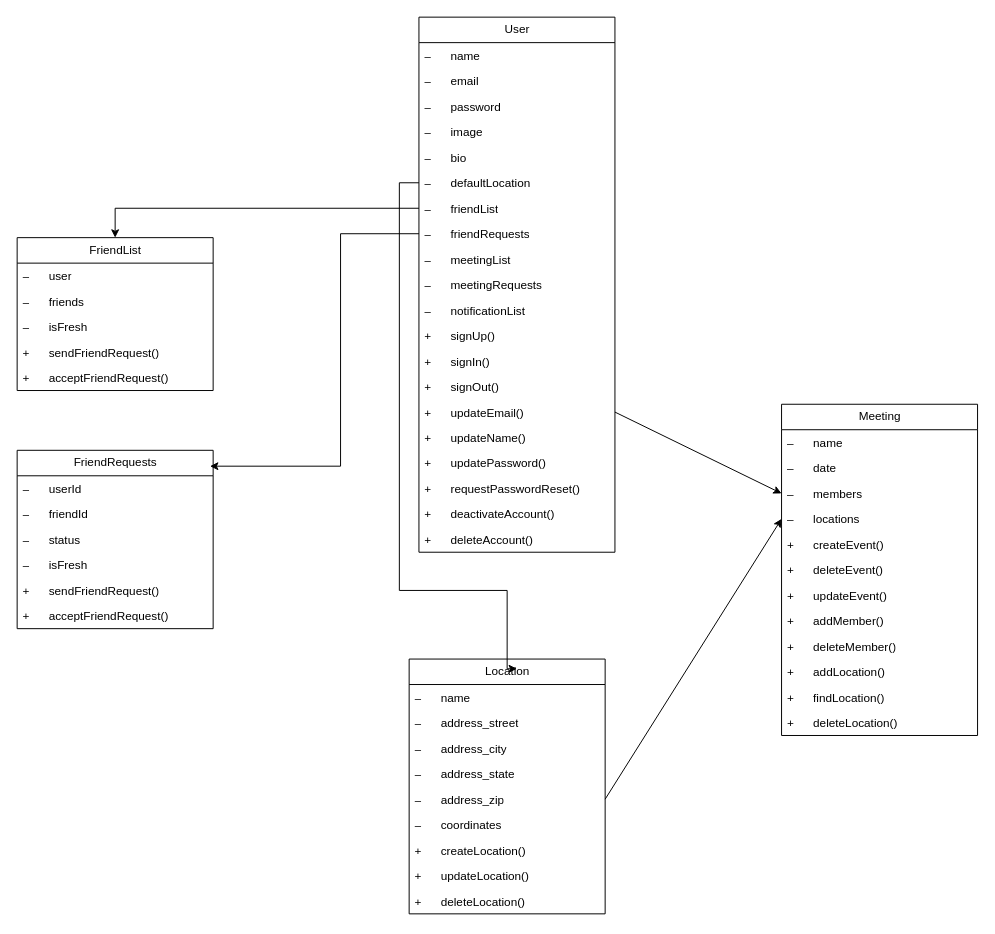
Earlier version of the draw.io diagram ui_ux/diagrams/uml.drawio (CSCI150-LAB01/Meet_in_the_Middle). Source tidied: cells renumbered, new cells numbered last; positions are measured from the earlier drawing's top-left corner, leaving out a move shared by most shapes. Both pictures are drawn from the tidied source at 98%, with x=0, y=0 at pixel (17, 17).
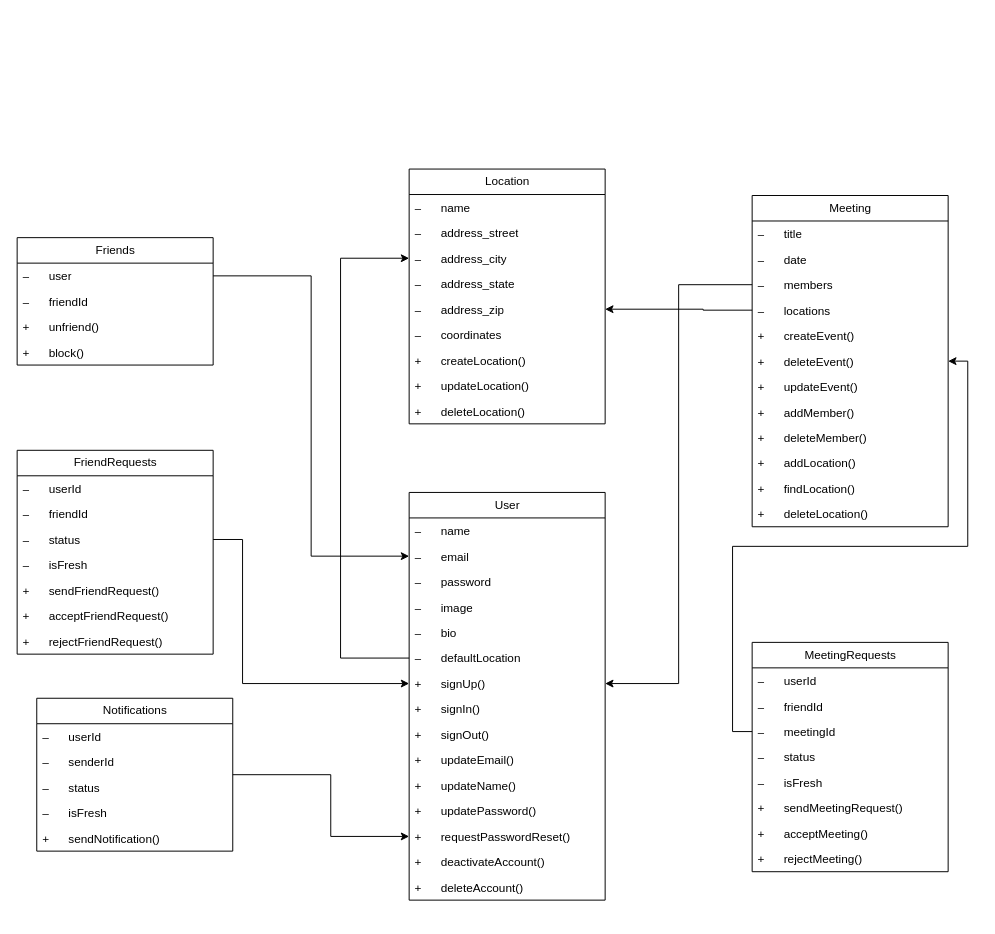
After the change.

Commit message:
uml diagram updated

Unchanged cells that the change refers to:
```xml
<mxCell id="4" value="–&lt;span style=&quot;white-space: pre;&quot;&gt;&#9;&lt;/span&gt;email" style="text;strokeColor=none;fillColor=none;align=left;verticalAlign=top;spacingLeft=4;spacingRight=4;overflow=hidden;points=[[0,0.5],[1,0.5]];portConstraint=eastwest;whiteSpace=wrap;html=1;" parent="2" vertex="1">
  <mxGeometry y="52" width="200" height="26" as="geometry" />
</mxCell>
<mxCell id="8" value="–&lt;span style=&quot;white-space: pre;&quot;&gt;&#9;&lt;/span&gt;defaultLocation" style="text;strokeColor=none;fillColor=none;align=left;verticalAlign=top;spacingLeft=4;spacingRight=4;overflow=hidden;points=[[0,0.5],[1,0.5]];portConstraint=eastwest;whiteSpace=wrap;html=1;" parent="2" vertex="1">
  <mxGeometry y="156" width="200" height="26" as="geometry" />
</mxCell>
<mxCell id="26" value="–&lt;span style=&quot;white-space: pre;&quot;&gt;&#9;&lt;/span&gt;members" style="text;strokeColor=none;fillColor=none;align=left;verticalAlign=top;spacingLeft=4;spacingRight=4;overflow=hidden;points=[[0,0.5],[1,0.5]];portConstraint=eastwest;whiteSpace=wrap;html=1;" parent="23" vertex="1">
  <mxGeometry y="78" width="200" height="26" as="geometry" />
</mxCell>
<mxCell id="27" value="–&lt;span style=&quot;&quot;&gt;&#9;&lt;span style=&quot;white-space: pre;&quot;&gt;&#9;&lt;/span&gt;&lt;/span&gt;locations" style="text;strokeColor=none;fillColor=none;align=left;verticalAlign=top;spacingLeft=4;spacingRight=4;overflow=hidden;points=[[0,0.5],[1,0.5]];portConstraint=eastwest;whiteSpace=wrap;html=1;" parent="23" vertex="1">
  <mxGeometry y="104" width="200" height="26" as="geometry" />
</mxCell>
<mxCell id="29" value="+&lt;span style=&quot;white-space: pre;&quot;&gt;&#9;&lt;/span&gt;deleteEvent()" style="text;strokeColor=none;fillColor=none;align=left;verticalAlign=top;spacingLeft=4;spacingRight=4;overflow=hidden;points=[[0,0.5],[1,0.5]];portConstraint=eastwest;whiteSpace=wrap;html=1;" parent="23" vertex="1">
  <mxGeometry y="156" width="200" height="26" as="geometry" />
</mxCell>
<mxCell id="37" value="–&lt;span style=&quot;white-space: pre;&quot;&gt;&#9;&lt;/span&gt;user" style="text;strokeColor=none;fillColor=none;align=left;verticalAlign=top;spacingLeft=4;spacingRight=4;overflow=hidden;points=[[0,0.5],[1,0.5]];portConstraint=eastwest;whiteSpace=wrap;html=1;" parent="36" vertex="1">
  <mxGeometry y="26" width="200" height="26" as="geometry" />
</mxCell>
<mxCell id="47" value="–&lt;span style=&quot;white-space: pre;&quot;&gt;&#9;&lt;/span&gt;address_city" style="text;strokeColor=none;fillColor=none;align=left;verticalAlign=top;spacingLeft=4;spacingRight=4;overflow=hidden;points=[[0,0.5],[1,0.5]];portConstraint=eastwest;whiteSpace=wrap;html=1;" parent="44" vertex="1">
  <mxGeometry y="78" width="200" height="26" as="geometry" />
</mxCell>
<mxCell id="49" value="–&lt;span style=&quot;white-space: pre;&quot;&gt;&#9;&lt;/span&gt;address_zip" style="text;strokeColor=none;fillColor=none;align=left;verticalAlign=top;spacingLeft=4;spacingRight=4;overflow=hidden;points=[[0,0.5],[1,0.5]];portConstraint=eastwest;whiteSpace=wrap;html=1;" parent="44" vertex="1">
  <mxGeometry y="130" width="200" height="26" as="geometry" />
</mxCell>
<mxCell id="57" value="–&lt;span style=&quot;white-space: pre;&quot;&gt;&#9;&lt;/span&gt;status" style="text;strokeColor=none;fillColor=none;align=left;verticalAlign=top;spacingLeft=4;spacingRight=4;overflow=hidden;points=[[0,0.5],[1,0.5]];portConstraint=eastwest;whiteSpace=wrap;html=1;" parent="54" vertex="1">
  <mxGeometry y="78" width="200" height="26" as="geometry" />
</mxCell>
```

What changed in the source:
```diff
@@
     <mxCell id="2" value="User" style="swimlane;fontStyle=0;horizontal=1;startSize=26;fillColor=none;html=1;" parent="1" vertex="1">
-      <mxGeometry x="410" width="200" height="546" as="geometry" />
+      <mxGeometry x="400" y="485" width="200" height="416" as="geometry" />
     </mxCell>
@@
-    <mxCell id="9" value="–&lt;span style=&quot;white-space: pre;&quot;&gt;&#9;&lt;/span&gt;friendList" style="text;strokeColor=none;fillColor=none;align=left;verticalAlign=top;spacingLeft=4;spacingRight=4;overflow=hidden;points=[[0,0.5],[1,0.5]];portConstraint=eastwest;whiteSpace=wrap;html=1;" parent="2" vertex="1">
-      <mxGeometry y="182" width="200" height="26" as="geometry" />
-    </mxCell>
-    <mxCell id="10" value="–&lt;span style=&quot;white-space: pre;&quot;&gt;&#9;&lt;/span&gt;friendRequests" style="text;strokeColor=none;fillColor=none;align=left;verticalAlign=top;spacingLeft=4;spacingRight=4;overflow=hidden;points=[[0,0.5],[1,0.5]];portConstraint=eastwest;whiteSpace=wrap;html=1;" parent="2" vertex="1">
-      <mxGeometry y="208" width="200" height="26" as="geometry" />
-    </mxCell>
-    <mxCell id="11" value="–&lt;span style=&quot;white-space: pre;&quot;&gt;&#9;&lt;/span&gt;meetingList" style="text;strokeColor=none;fillColor=none;align=left;verticalAlign=top;spacingLeft=4;spacingRight=4;overflow=hidden;whiteSpace=wrap;html=1;" parent="2" vertex="1">
-      <mxGeometry y="234" width="200" height="26" as="geometry" />
-    </mxCell>
-    <mxCell id="12" value="–&lt;span style=&quot;white-space: pre;&quot;&gt;&#9;&lt;/span&gt;meetingRequests" style="text;strokeColor=none;fillColor=none;align=left;verticalAlign=top;spacingLeft=4;spacingRight=4;overflow=hidden;whiteSpace=wrap;html=1;" parent="2" vertex="1">
-      <mxGeometry y="260" width="200" height="26" as="geometry" />
-    </mxCell>
-    <mxCell id="13" value="–&lt;span style=&quot;white-space: pre;&quot;&gt;&#9;&lt;/span&gt;notificationList" style="text;strokeColor=none;fillColor=none;align=left;verticalAlign=top;spacingLeft=4;spacingRight=4;overflow=hidden;whiteSpace=wrap;html=1;" parent="2" vertex="1">
-      <mxGeometry y="286" width="200" height="26" as="geometry" />
-    </mxCell>
     <mxCell id="14" value="+&lt;span style=&quot;white-space: pre;&quot;&gt;&#9;&lt;/span&gt;signUp()" style="text;strokeColor=none;fillColor=none;align=left;verticalAlign=top;spacingLeft=4;spacingRight=4;overflow=hidden;points=[[0,0.5],[1,0.5]];portConstraint=eastwest;whiteSpace=wrap;html=1;" parent="2" vertex="1">
-      <mxGeometry y="312" width="200" height="26" as="geometry" />
+      <mxGeometry y="182" width="200" height="26" as="geometry" />
     </mxCell>
     <mxCell id="15" value="+&lt;span style=&quot;white-space: pre;&quot;&gt;&#9;&lt;/span&gt;signIn()" style="text;strokeColor=none;fillColor=none;align=left;verticalAlign=top;spacingLeft=4;spacingRight=4;overflow=hidden;whiteSpace=wrap;html=1;" parent="2" vertex="1">
-      <mxGeometry y="338" width="200" height="26" as="geometry" />
+      <mxGeometry y="208" width="200" height="26" as="geometry" />
     </mxCell>
     <mxCell id="16" value="+&lt;span style=&quot;white-space: pre;&quot;&gt;&#9;&lt;/span&gt;signOut()" style="text;strokeColor=none;fillColor=none;align=left;verticalAlign=top;spacingLeft=4;spacingRight=4;overflow=hidden;whiteSpace=wrap;html=1;" parent="2" vertex="1">
-      <mxGeometry y="364" width="200" height="26" as="geometry" />
+      <mxGeometry y="234" width="200" height="26" as="geometry" />
     </mxCell>
     <mxCell id="17" value="+&lt;span style=&quot;white-space: pre;&quot;&gt;&#9;&lt;/span&gt;updateEmail()" style="text;strokeColor=none;fillColor=none;align=left;verticalAlign=top;spacingLeft=4;spacingRight=4;overflow=hidden;points=[[0,0.5],[1,0.5]];portConstraint=eastwest;whiteSpace=wrap;html=1;" parent="2" vertex="1">
-      <mxGeometry y="390" width="200" height="26" as="geometry" />
+      <mxGeometry y="260" width="200" height="26" as="geometry" />
     </mxCell>
     <mxCell id="18" value="+&lt;span style=&quot;white-space: pre;&quot;&gt;&#9;&lt;/span&gt;updateName()" style="text;strokeColor=none;fillColor=none;align=left;verticalAlign=top;spacingLeft=4;spacingRight=4;overflow=hidden;whiteSpace=wrap;html=1;" parent="2" vertex="1">
-      <mxGeometry y="416" width="200" height="26" as="geometry" />
+      <mxGeometry y="286" width="200" height="26" as="geometry" />
     </mxCell>
     <mxCell id="19" value="+&lt;span style=&quot;white-space: pre;&quot;&gt;&#9;&lt;/span&gt;updatePassword()" style="text;strokeColor=none;fillColor=none;align=left;verticalAlign=top;spacingLeft=4;spacingRight=4;overflow=hidden;whiteSpace=wrap;html=1;" parent="2" vertex="1">
-      <mxGeometry y="442" width="200" height="26" as="geometry" />
+      <mxGeometry y="312" width="200" height="26" as="geometry" />
     </mxCell>
     <mxCell id="20" value="+&lt;span style=&quot;white-space: pre;&quot;&gt;&#9;&lt;/span&gt;requestPasswordReset()" style="text;strokeColor=none;fillColor=none;align=left;verticalAlign=top;spacingLeft=4;spacingRight=4;overflow=hidden;points=[[0,0.5],[1,0.5]];portConstraint=eastwest;whiteSpace=wrap;html=1;" parent="2" vertex="1">
-      <mxGeometry y="468" width="200" height="26" as="geometry" />
+      <mxGeometry y="338" width="200" height="26" as="geometry" />
     </mxCell>
     <mxCell id="21" value="+&lt;span style=&quot;white-space: pre;&quot;&gt;&#9;&lt;/span&gt;deactivateAccount()" style="text;strokeColor=none;fillColor=none;align=left;verticalAlign=top;spacingLeft=4;spacingRight=4;overflow=hidden;whiteSpace=wrap;html=1;" parent="2" vertex="1">
-      <mxGeometry y="494" width="200" height="26" as="geometry" />
+      <mxGeometry y="364" width="200" height="26" as="geometry" />
     </mxCell>
     <mxCell id="22" value="+&lt;span style=&quot;white-space: pre;&quot;&gt;&#9;&lt;/span&gt;deleteAccount()" style="text;strokeColor=none;fillColor=none;align=left;verticalAlign=top;spacingLeft=4;spacingRight=4;overflow=hidden;whiteSpace=wrap;html=1;" parent="2" vertex="1">
-      <mxGeometry y="520" width="200" height="26" as="geometry" />
+      <mxGeometry y="390" width="200" height="26" as="geometry" />
     </mxCell>
     <mxCell id="23" value="Meeting" style="swimlane;fontStyle=0;horizontal=1;startSize=26;fillColor=none;html=1;" parent="1" vertex="1">
-      <mxGeometry x="780" y="395" width="200" height="338" as="geometry" />
+      <mxGeometry x="750" y="182" width="200" height="338" as="geometry" />
     </mxCell>
-    <mxCell id="24" value="–&lt;span style=&quot;white-space: pre;&quot;&gt;&#9;&lt;/span&gt;name" style="text;strokeColor=none;fillColor=none;align=left;verticalAlign=top;spacingLeft=4;spacingRight=4;overflow=hidden;whiteSpace=wrap;html=1;" parent="23" vertex="1">
+    <mxCell id="24" value="–&lt;span style=&quot;white-space: pre;&quot;&gt;&#9;&lt;/span&gt;title" style="text;strokeColor=none;fillColor=none;align=left;verticalAlign=top;spacingLeft=4;spacingRight=4;overflow=hidden;whiteSpace=wrap;html=1;" parent="23" vertex="1">
       <mxGeometry y="26" width="200" height="26" as="geometry" />
     </mxCell>
@@
-    <mxCell id="36" value="FriendList" style="swimlane;fontStyle=0;horizontal=1;startSize=26;fillColor=none;html=1;" parent="1" vertex="1">
-      <mxGeometry y="225" width="200" height="156" as="geometry" />
+    <mxCell id="36" value="Friends" style="swimlane;fontStyle=0;horizontal=1;startSize=26;fillColor=none;html=1;" parent="1" vertex="1">
+      <mxGeometry y="225" width="200" height="130" as="geometry" />
     </mxCell>
@@
-    <mxCell id="38" value="–&lt;span style=&quot;white-space: pre;&quot;&gt;&#9;&lt;/span&gt;friends" style="text;strokeColor=none;fillColor=none;align=left;verticalAlign=top;spacingLeft=4;spacingRight=4;overflow=hidden;whiteSpace=wrap;html=1;" parent="36" vertex="1">
+    <mxCell id="38" value="–&lt;span style=&quot;white-space: pre;&quot;&gt;&#9;&lt;/span&gt;friendId" style="text;strokeColor=none;fillColor=none;align=left;verticalAlign=top;spacingLeft=4;spacingRight=4;overflow=hidden;whiteSpace=wrap;html=1;" parent="36" vertex="1">
       <mxGeometry y="52" width="200" height="26" as="geometry" />
     </mxCell>
-    <mxCell id="39" value="–&lt;span style=&quot;white-space: pre;&quot;&gt;&#9;&lt;/span&gt;isFresh" style="text;strokeColor=none;fillColor=none;align=left;verticalAlign=top;spacingLeft=4;spacingRight=4;overflow=hidden;whiteSpace=wrap;html=1;" parent="36" vertex="1">
-      <mxGeometry y="78" width="200" height="26" as="geometry" />
-    </mxCell>
-    <mxCell id="40" value="+&lt;span style=&quot;white-space: pre;&quot;&gt;&#9;&lt;/span&gt;sendFriendRequest()" style="text;strokeColor=none;fillColor=none;align=left;verticalAlign=top;spacingLeft=4;spacingRight=4;overflow=hidden;whiteSpace=wrap;html=1;" parent="36" vertex="1">
-      <mxGeometry y="104" width="200" height="26" as="geometry" />
+    <mxCell id="40" value="+&lt;span style=&quot;white-space: pre;&quot;&gt;&#9;&lt;/span&gt;unfriend()" style="text;strokeColor=none;fillColor=none;align=left;verticalAlign=top;spacingLeft=4;spacingRight=4;overflow=hidden;whiteSpace=wrap;html=1;" parent="36" vertex="1">
+      <mxGeometry y="78" width="200" height="26" as="geometry" />
     </mxCell>
-    <mxCell id="41" value="+&lt;span style=&quot;white-space: pre;&quot;&gt;&#9;&lt;/span&gt;acceptFriendRequest()" style="text;strokeColor=none;fillColor=none;align=left;verticalAlign=top;spacingLeft=4;spacingRight=4;overflow=hidden;whiteSpace=wrap;html=1;" parent="36" vertex="1">
-      <mxGeometry y="130" width="200" height="26" as="geometry" />
-    </mxCell>
-    <mxCell id="42" style="edgeStyle=none;html=1;exitX=1;exitY=0.5;exitDx=0;exitDy=0;entryX=0;entryY=0.5;entryDx=0;entryDy=0;" parent="1" edge="1" source="17" target="26">
-      <mxGeometry relative="1" as="geometry" />
-    </mxCell>
-    <mxCell id="43" style="edgeStyle=none;html=1;entryX=0;entryY=0.5;entryDx=0;entryDy=0;exitX=1;exitY=0.5;exitDx=0;exitDy=0;" parent="1" edge="1" source="49" target="27">
-      <mxGeometry relative="1" as="geometry" />
-    </mxCell>
+    <mxCell id="64" value="+&lt;span style=&quot;white-space: pre;&quot;&gt;&#9;&lt;/span&gt;block()" style="text;strokeColor=none;fillColor=none;align=left;verticalAlign=top;spacingLeft=4;spacingRight=4;overflow=hidden;whiteSpace=wrap;html=1;" parent="36" vertex="1">
+      <mxGeometry y="104" width="200" height="26" as="geometry" />
+    </mxCell>
     <mxCell id="44" value="Location" style="swimlane;fontStyle=0;horizontal=1;startSize=26;fillColor=none;html=1;" parent="1" vertex="1">
-      <mxGeometry x="400" y="655" width="200" height="260" as="geometry" />
+      <mxGeometry x="400" y="155" width="200" height="260" as="geometry" />
     </mxCell>
@@
     <mxCell id="54" value="FriendRequests" style="swimlane;fontStyle=0;horizontal=1;startSize=26;fillColor=none;html=1;" parent="1" vertex="1">
-      <mxGeometry y="442" width="200" height="182" as="geometry" />
+      <mxGeometry y="442" width="200" height="208" as="geometry" />
     </mxCell>
@@
-    <mxCell id="61" style="edgeStyle=orthogonalEdgeStyle;rounded=0;jettySize=auto;html=1;entryX=0.984;entryY=0.089;entryDx=0;entryDy=0;entryPerimeter=0;" parent="1" edge="1" source="10" target="54">
-      <mxGeometry relative="1" as="geometry">
-        <Array as="points">
-          <mxPoint x="330" y="221" />
-          <mxPoint x="330" y="458" />
-        </Array>
-      </mxGeometry>
-    </mxCell>
-    <mxCell id="62" style="edgeStyle=orthogonalEdgeStyle;rounded=0;jettySize=auto;html=1;" parent="1" edge="1" source="9" target="36">
-      <mxGeometry relative="1" as="geometry" />
-    </mxCell>
-    <mxCell id="63" style="edgeStyle=orthogonalEdgeStyle;rounded=0;jettySize=auto;html=1;entryX=0.55;entryY=0.038;entryDx=0;entryDy=0;entryPerimeter=0;" parent="1" edge="1" source="8" target="44">
-      <mxGeometry relative="1" as="geometry">
-        <Array as="points">
-          <mxPoint x="390" y="169" />
-          <mxPoint x="390" y="585" />
-          <mxPoint x="500" y="585" />
-          <mxPoint x="500" y="665" />
-        </Array>
-      </mxGeometry>
-    </mxCell>
+    <mxCell id="65" value="+&lt;span style=&quot;white-space: pre;&quot;&gt;&#9;&lt;/span&gt;rejectFriendRequest()" style="text;strokeColor=none;fillColor=none;align=left;verticalAlign=top;spacingLeft=4;spacingRight=4;overflow=hidden;whiteSpace=wrap;html=1;" parent="54" vertex="1">
+      <mxGeometry y="182" width="200" height="26" as="geometry" />
+    </mxCell>
+    <mxCell id="66" value="MeetingRequests" style="swimlane;fontStyle=0;horizontal=1;startSize=26;fillColor=none;html=1;" parent="1" vertex="1">
+      <mxGeometry x="750" y="638" width="200" height="234" as="geometry" />
+    </mxCell>
+    <mxCell id="67" value="–&lt;span style=&quot;white-space: pre;&quot;&gt;&#9;&lt;/span&gt;userId" style="text;strokeColor=none;fillColor=none;align=left;verticalAlign=top;spacingLeft=4;spacingRight=4;overflow=hidden;whiteSpace=wrap;html=1;" parent="66" vertex="1">
+      <mxGeometry y="26" width="200" height="26" as="geometry" />
+    </mxCell>
+    <mxCell id="68" value="–&lt;span style=&quot;white-space: pre;&quot;&gt;&#9;&lt;/span&gt;friendId" style="text;strokeColor=none;fillColor=none;align=left;verticalAlign=top;spacingLeft=4;spacingRight=4;overflow=hidden;whiteSpace=wrap;html=1;" parent="66" vertex="1">
+      <mxGeometry y="52" width="200" height="26" as="geometry" />
+    </mxCell>
+    <mxCell id="69" value="–&lt;span style=&quot;white-space: pre;&quot;&gt;&#9;&lt;/span&gt;meetingId" style="text;strokeColor=none;fillColor=none;align=left;verticalAlign=top;spacingLeft=4;spacingRight=4;overflow=hidden;points=[[0,0.5],[1,0.5]];portConstraint=eastwest;whiteSpace=wrap;html=1;" parent="66" vertex="1">
+      <mxGeometry y="78" width="200" height="26" as="geometry" />
+    </mxCell>
+    <mxCell id="70" value="–&lt;span style=&quot;&quot;&gt;&#9;&lt;span style=&quot;white-space: pre;&quot;&gt;&#9;&lt;/span&gt;&lt;/span&gt;status" style="text;strokeColor=none;fillColor=none;align=left;verticalAlign=top;spacingLeft=4;spacingRight=4;overflow=hidden;whiteSpace=wrap;html=1;" parent="66" vertex="1">
+      <mxGeometry y="104" width="200" height="26" as="geometry" />
+    </mxCell>
+    <mxCell id="71" value="–&amp;nbsp;&lt;span style=&quot;white-space: pre;&quot;&gt;&#9;&lt;/span&gt;isFresh" style="text;strokeColor=none;fillColor=none;align=left;verticalAlign=top;spacingLeft=4;spacingRight=4;overflow=hidden;whiteSpace=wrap;html=1;" parent="66" vertex="1">
+      <mxGeometry y="130" width="200" height="26" as="geometry" />
+    </mxCell>
+    <mxCell id="72" value="+&lt;span style=&quot;white-space: pre;&quot;&gt;&#9;&lt;/span&gt;sendMeetingRequest()" style="text;strokeColor=none;fillColor=none;align=left;verticalAlign=top;spacingLeft=4;spacingRight=4;overflow=hidden;whiteSpace=wrap;html=1;" parent="66" vertex="1">
+      <mxGeometry y="156" width="200" height="26" as="geometry" />
+    </mxCell>
+    <mxCell id="73" value="+&lt;span style=&quot;white-space: pre;&quot;&gt;&#9;&lt;/span&gt;acceptMeeting()" style="text;strokeColor=none;fillColor=none;align=left;verticalAlign=top;spacingLeft=4;spacingRight=4;overflow=hidden;whiteSpace=wrap;html=1;" parent="66" vertex="1">
+      <mxGeometry y="182" width="200" height="26" as="geometry" />
+    </mxCell>
+    <mxCell id="74" value="+&lt;span style=&quot;white-space: pre;&quot;&gt;&#9;&lt;/span&gt;rejectMeeting()" style="text;strokeColor=none;fillColor=none;align=left;verticalAlign=top;spacingLeft=4;spacingRight=4;overflow=hidden;whiteSpace=wrap;html=1;" parent="66" vertex="1">
+      <mxGeometry y="208" width="200" height="26" as="geometry" />
+    </mxCell>
+    <mxCell id="75" style="edgeStyle=orthogonalEdgeStyle;rounded=0;jettySize=auto;html=1;entryX=0;entryY=0.5;entryDx=0;entryDy=0;" parent="1" edge="1" source="76" target="20">
+      <mxGeometry relative="1" as="geometry">
+        <Array as="points">
+          <mxPoint x="320" y="773" />
+          <mxPoint x="320" y="836" />
+        </Array>
+      </mxGeometry>
+    </mxCell>
+    <mxCell id="76" value="Notifications" style="swimlane;fontStyle=0;horizontal=1;startSize=26;fillColor=none;html=1;" parent="1" vertex="1">
+      <mxGeometry x="20" y="695" width="200" height="156" as="geometry" />
+    </mxCell>
+    <mxCell id="77" value="–&lt;span style=&quot;white-space: pre;&quot;&gt;&#9;&lt;/span&gt;userId" style="text;strokeColor=none;fillColor=none;align=left;verticalAlign=top;spacingLeft=4;spacingRight=4;overflow=hidden;whiteSpace=wrap;html=1;" parent="76" vertex="1">
+      <mxGeometry y="26" width="200" height="26" as="geometry" />
+    </mxCell>
+    <mxCell id="78" value="–&lt;span style=&quot;white-space: pre;&quot;&gt;&#9;&lt;/span&gt;senderId" style="text;strokeColor=none;fillColor=none;align=left;verticalAlign=top;spacingLeft=4;spacingRight=4;overflow=hidden;whiteSpace=wrap;html=1;" parent="76" vertex="1">
+      <mxGeometry y="52" width="200" height="26" as="geometry" />
+    </mxCell>
+    <mxCell id="79" value="–&lt;span style=&quot;white-space: pre;&quot;&gt;&#9;&lt;/span&gt;status" style="text;strokeColor=none;fillColor=none;align=left;verticalAlign=top;spacingLeft=4;spacingRight=4;overflow=hidden;whiteSpace=wrap;html=1;" parent="76" vertex="1">
+      <mxGeometry y="78" width="200" height="26" as="geometry" />
+    </mxCell>
+    <mxCell id="39" value="–&lt;span style=&quot;white-space: pre;&quot;&gt;&#9;&lt;/span&gt;isFresh" style="text;strokeColor=none;fillColor=none;align=left;verticalAlign=top;spacingLeft=4;spacingRight=4;overflow=hidden;whiteSpace=wrap;html=1;" parent="76" vertex="1">
+      <mxGeometry y="104" width="200" height="26" as="geometry" />
+    </mxCell>
+    <mxCell id="80" value="+&lt;span style=&quot;white-space: pre;&quot;&gt;&#9;&lt;/span&gt;sendNotification()" style="text;strokeColor=none;fillColor=none;align=left;verticalAlign=top;spacingLeft=4;spacingRight=4;overflow=hidden;whiteSpace=wrap;html=1;" parent="76" vertex="1">
+      <mxGeometry y="130" width="200" height="26" as="geometry" />
+    </mxCell>
+    <mxCell id="81" style="edgeStyle=orthogonalEdgeStyle;rounded=0;jettySize=auto;html=1;entryX=1;entryY=0.5;entryDx=0;entryDy=0;" parent="1" edge="1" source="26" target="14">
+      <mxGeometry relative="1" as="geometry" />
+    </mxCell>
+    <mxCell id="82" style="edgeStyle=orthogonalEdgeStyle;rounded=0;jettySize=auto;html=1;entryX=1;entryY=0.5;entryDx=0;entryDy=0;" parent="1" edge="1" source="27" target="49">
+      <mxGeometry relative="1" as="geometry">
+        <Array as="points">
+          <mxPoint x="700" y="299" />
+          <mxPoint x="630" y="298" />
+        </Array>
+      </mxGeometry>
+    </mxCell>
+    <mxCell id="83" style="edgeStyle=orthogonalEdgeStyle;rounded=0;jettySize=auto;html=1;entryX=1;entryY=0.5;entryDx=0;entryDy=0;" parent="1" edge="1" source="69" target="29">
+      <mxGeometry relative="1" as="geometry" />
+    </mxCell>
+    <mxCell id="84" style="edgeStyle=orthogonalEdgeStyle;rounded=0;jettySize=auto;html=1;entryX=0;entryY=0.5;entryDx=0;entryDy=0;" parent="1" edge="1" source="37" target="4">
+      <mxGeometry relative="1" as="geometry" />
+    </mxCell>
+    <mxCell id="85" style="edgeStyle=orthogonalEdgeStyle;rounded=0;jettySize=auto;html=1;entryX=0;entryY=0.5;entryDx=0;entryDy=0;exitX=1;exitY=0.5;exitDx=0;exitDy=0;" parent="1" edge="1" source="57" target="14">
+      <mxGeometry relative="1" as="geometry">
+        <Array as="points">
+          <mxPoint x="230" y="533" />
+          <mxPoint x="230" y="680" />
+        </Array>
+      </mxGeometry>
+    </mxCell>
+    <mxCell id="86" style="edgeStyle=orthogonalEdgeStyle;rounded=0;jettySize=auto;html=1;entryX=0;entryY=0.5;entryDx=0;entryDy=0;" parent="1" edge="1" source="8" target="47">
+      <mxGeometry relative="1" as="geometry">
+        <Array as="points">
+          <mxPoint x="330" y="654" />
+          <mxPoint x="330" y="246" />
+        </Array>
+      </mxGeometry>
+    </mxCell>
```
